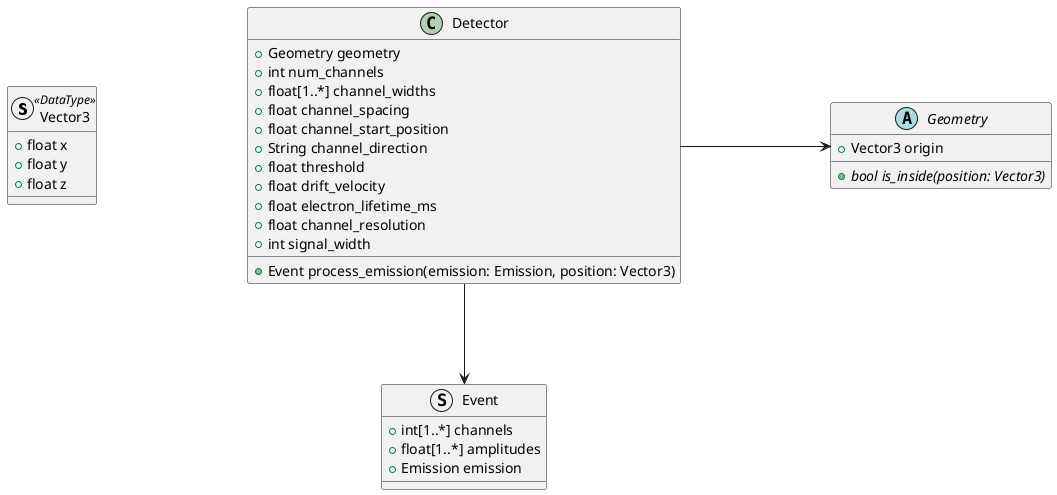
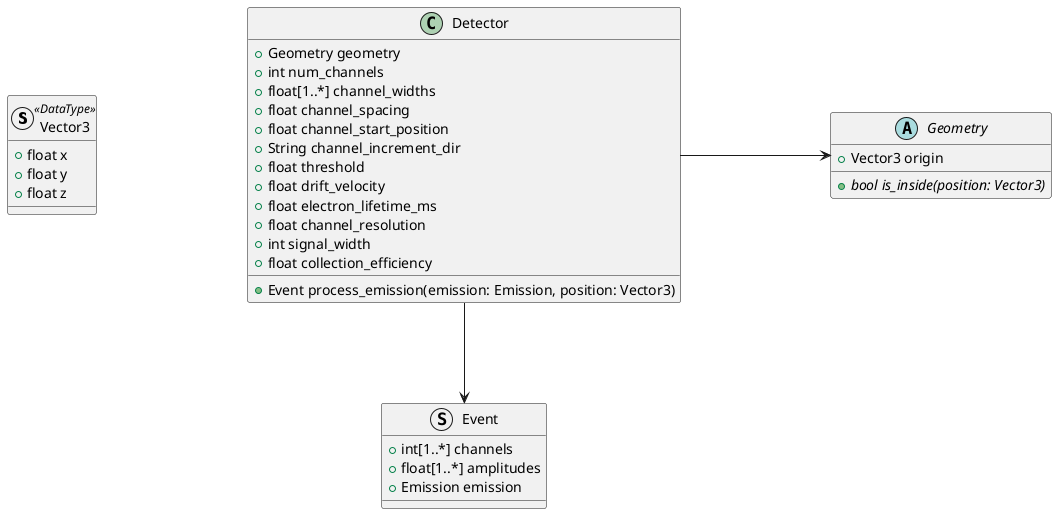
@startuml
skinparam linetype ortho

skinparam nodesep 150
skinparam ranksep 100

top to bottom direction

struct Vector3 <<DataType>> {
 + float x
 + float y
 + float z
}


abstract class Geometry {
 + Vector3 origin
 + {abstract} bool is_inside(position: Vector3)
}

- together {
class Detector {
 + Geometry geometry
 + int num_channels
 + float[1..*] channel_widths
 + float channel_spacing
 + float channel_start_position
-  + String channel_direction
+  + String channel_increment_dir
 + float threshold
 + float drift_velocity
 + float electron_lifetime_ms
 + float channel_resolution
 + int signal_width
+  + float collection_efficiency
 + Event process_emission(emission: Emission, position: Vector3)
}

struct Event {
-  + int[1..*] channels
-  + float[1..*] amplitudes
-  + Emission emission
- }
+ + int[1..*] channels
+ + float[1..*] amplitudes
+ + Emission emission
}

Vector3 <-[hidden] Detector
Detector -r-> Geometry
Detector -d-> Event
@enduml
